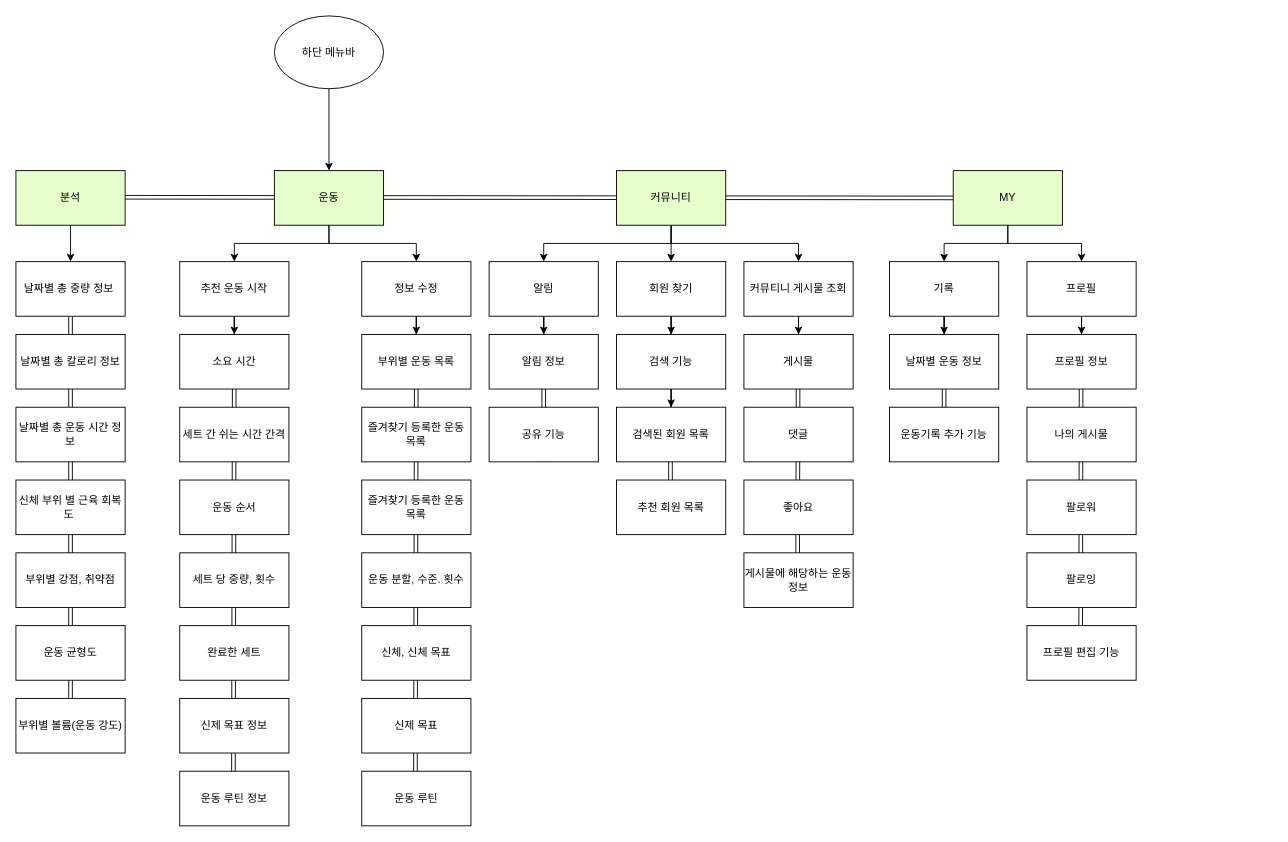
Earlier version of the draw.io diagram page "페이지-2" (2 of 2) of 제목 없는 다이어그램.drawio (hkseo98/airbnb_ui_flutter). Source tidied: cells renumbered, new cells numbered last; positions are measured from the earlier drawing's top-left corner, leaving out a move shared by most shapes. Both pictures are drawn from the tidied source at 91%, with x=0, y=0 at pixel (15, 15).
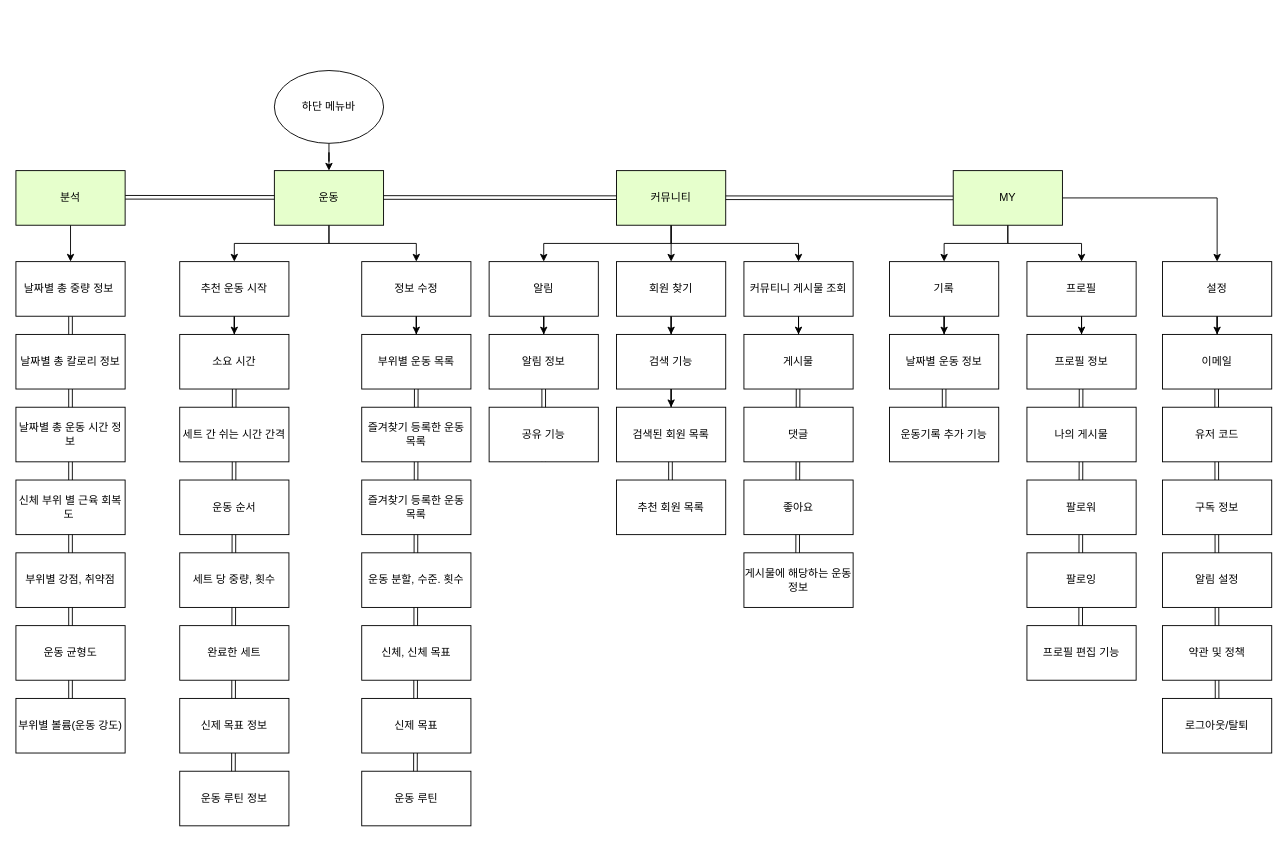
After the change.

Commit message:
제목 없는 다이어그램.drawio 업데이트

The change refers to these unchanged cells:
```xml
<mxCell id="17" value="MY" style="rounded=0;whiteSpace=wrap;html=1;fontSize=12;fillColor=#E6FFCC;" parent="1" vertex="1">
  <mxGeometry x="1030" y="170" width="120" height="60" as="geometry" />
</mxCell>
```

Diff of the diagram source:
```diff
@@
     <mxCell id="5" value="하단 메뉴바" style="ellipse;whiteSpace=wrap;html=1;fontSize=12;" parent="1" vertex="1">
-      <mxGeometry x="284" width="120" height="80" as="geometry" />
+      <mxGeometry x="284" y="60" width="120" height="80" as="geometry" />
     </mxCell>
@@
+    <mxCell id="77" style="edgeStyle=orthogonalEdgeStyle;rounded=0;jettySize=auto;html=1;fontSize=12;" parent="1" edge="1" source="17" target="79">
+      <mxGeometry relative="1" as="geometry" />
+    </mxCell>
@@
+    <mxCell id="78" style="edgeStyle=orthogonalEdgeStyle;rounded=0;jettySize=auto;html=1;fontSize=12;" parent="1" edge="1" source="79" target="80">
+      <mxGeometry relative="1" as="geometry" />
+    </mxCell>
+    <mxCell id="79" value="설정" style="rounded=0;whiteSpace=wrap;html=1;fontSize=12;fillColor=#FFFFFF;" parent="1" vertex="1">
+      <mxGeometry x="1260" y="270" width="120" height="60" as="geometry" />
+    </mxCell>
+    <mxCell id="80" value="이메일" style="rounded=0;whiteSpace=wrap;html=1;fontSize=12;fillColor=#FFFFFF;" parent="1" vertex="1">
+      <mxGeometry x="1260" y="350" width="120" height="60" as="geometry" />
+    </mxCell>
+    <mxCell id="81" style="shape=link;html=1;rounded=0;fontSize=12;" parent="1" edge="1">
+      <mxGeometry relative="1" as="geometry">
+        <mxPoint x="1320" y="790" as="sourcePoint" />
+        <mxPoint x="1319.5" y="410" as="targetPoint" />
+      </mxGeometry>
+    </mxCell>
+    <mxCell id="82" value="유저 코드" style="rounded=0;whiteSpace=wrap;html=1;fontSize=12;fillColor=#FFFFFF;" parent="1" vertex="1">
+      <mxGeometry x="1260" y="430" width="120" height="60" as="geometry" />
+    </mxCell>
+    <mxCell id="83" value="구독 정보" style="rounded=0;whiteSpace=wrap;html=1;fontSize=12;fillColor=#FFFFFF;" parent="1" vertex="1">
+      <mxGeometry x="1260" y="510" width="120" height="60" as="geometry" />
+    </mxCell>
+    <mxCell id="84" value="알림 설정" style="rounded=0;whiteSpace=wrap;html=1;fontSize=12;fillColor=#FFFFFF;" parent="1" vertex="1">
+      <mxGeometry x="1260" y="590" width="120" height="60" as="geometry" />
+    </mxCell>
+    <mxCell id="85" value="약관 및 정책" style="rounded=0;whiteSpace=wrap;html=1;fontSize=12;fillColor=#FFFFFF;" parent="1" vertex="1">
+      <mxGeometry x="1260" y="670" width="120" height="60" as="geometry" />
+    </mxCell>
+    <mxCell id="86" value="로그아웃/탈퇴" style="rounded=0;whiteSpace=wrap;html=1;fontSize=12;fillColor=#FFFFFF;" parent="1" vertex="1">
+      <mxGeometry x="1260" y="750" width="120" height="60" as="geometry" />
+    </mxCell>
```
